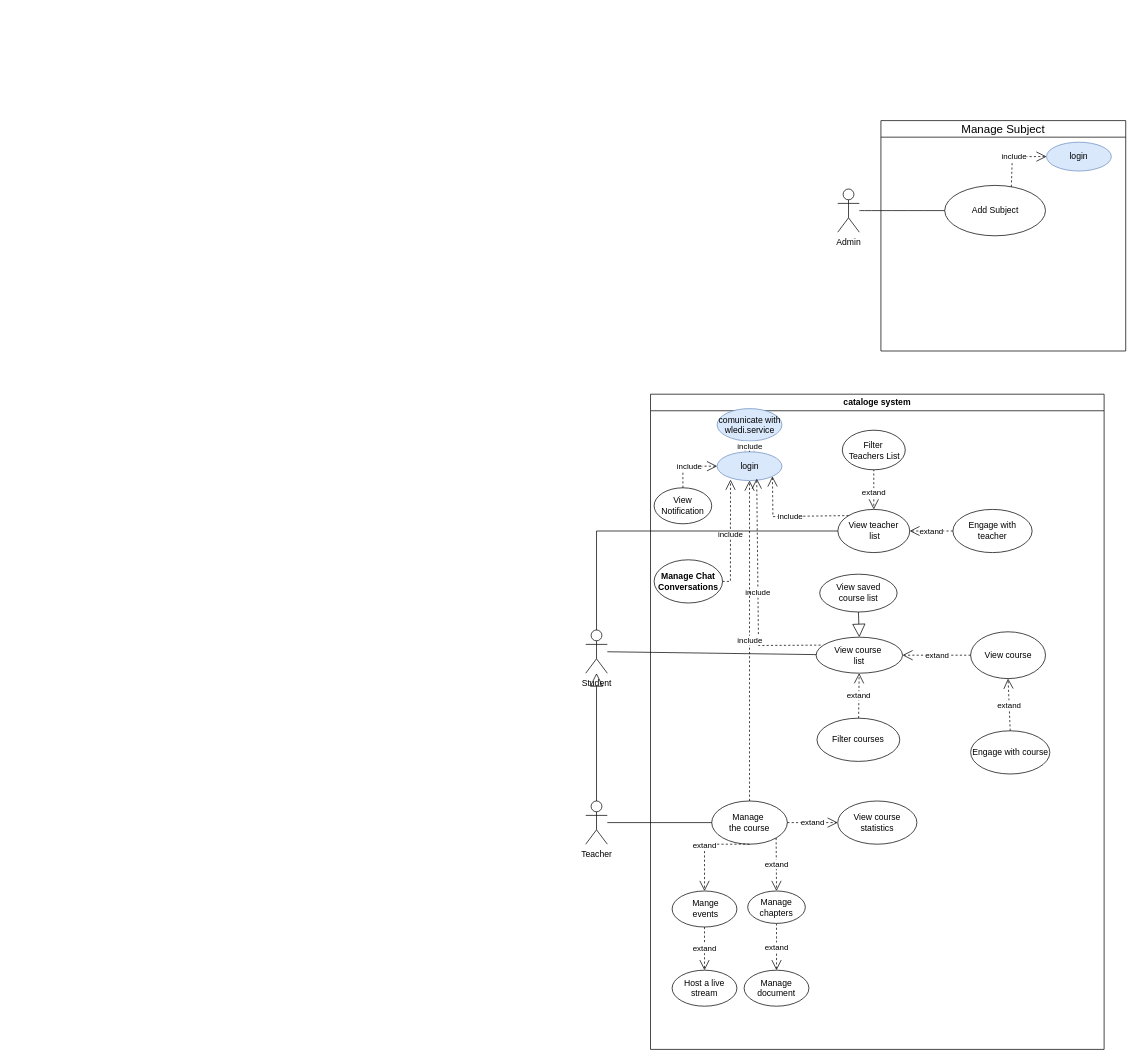
Earlier version of the draw.io diagram use_case_catalog.drawio (faresUnderScore999/test1.0). Source tidied: cells renumbered, new cells numbered last; positions are measured from the earlier drawing's top-left corner, leaving out a move shared by most shapes. Both pictures are drawn from the tidied source at 72%, with x=0, y=0 at pixel (585, 120).
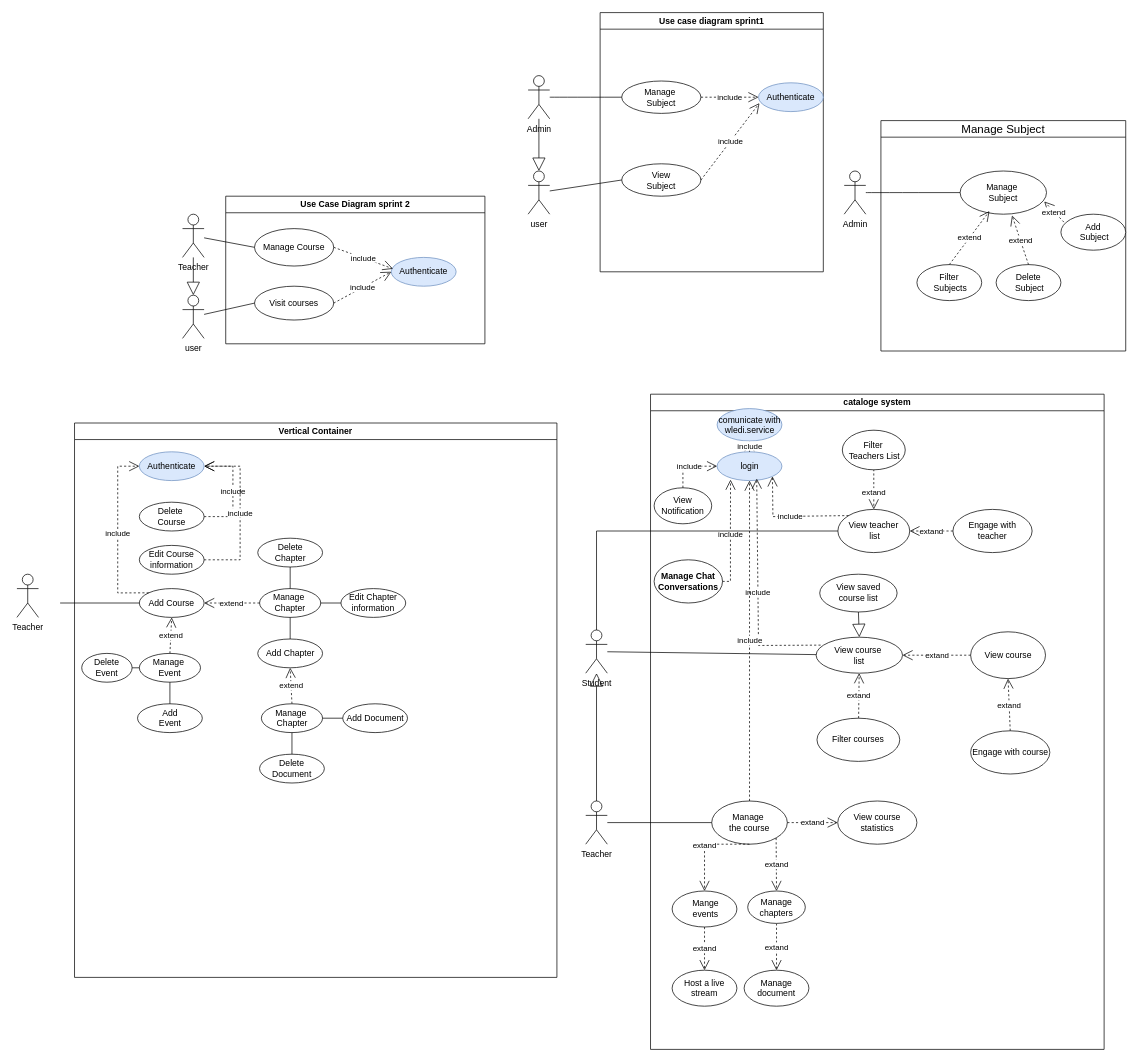
Above is the later version.

Commit message:
Mettre à jour use_case_catalog.drawio

The change refers to these unchanged cells:
```xml
<mxCell id="45" value="&lt;span style=&quot;font-size: 16px; font-weight: 400;&quot;&gt;Manage Subject&lt;/span&gt;" style="swimlane;whiteSpace=wrap;html=1;" parent="1" vertex="1">
  <mxGeometry x="410" width="340" height="320" as="geometry" />
</mxCell>
```

Change to the diagram source:
```diff
@@
-    <mxCell id="46" value="Add Subject" style="ellipse;whiteSpace=wrap;html=1;" parent="45" vertex="1">
-      <mxGeometry x="88.6" y="90" width="140" height="70" as="geometry" />
+    <mxCell id="46" value="Manage&amp;nbsp;&lt;div&gt;Subject&lt;/div&gt;" style="ellipse;whiteSpace=wrap;html=1;" parent="45" vertex="1">
+      <mxGeometry x="110" y="70" width="120" height="60" as="geometry" />
     </mxCell>
-    <mxCell id="47" value="login" style="ellipse;whiteSpace=wrap;html=1;fillColor=#dae8fc;strokeColor=#6c8ebf;" parent="45" vertex="1">
-      <mxGeometry x="230" y="30" width="90" height="40" as="geometry" />
-    </mxCell>
-    <mxCell id="48" value="include" style="endArrow=open;endSize=12;dashed=1;html=1;rounded=0;exitX=0.661;exitY=0.029;exitDx=0;exitDy=0;entryX=0;entryY=0.5;entryDx=0;entryDy=0;exitPerimeter=0;" parent="45" edge="1" source="46" target="47">
-      <mxGeometry relative="1" as="geometry">
-        <Array as="points">
-          <mxPoint x="182.5" y="50" />
-        </Array>
-      </mxGeometry>
-    </mxCell>
+    <mxCell id="51" value="Add&lt;div&gt;&amp;nbsp;Subject&lt;/div&gt;" style="ellipse;whiteSpace=wrap;html=1;" parent="45" vertex="1">
+      <mxGeometry x="250" y="130" width="90" height="50" as="geometry" />
+    </mxCell>
+    <mxCell id="52" value="&lt;div&gt;Delete&lt;/div&gt;&lt;div&gt;&amp;nbsp;Subject&lt;/div&gt;" style="ellipse;whiteSpace=wrap;html=1;" parent="45" vertex="1">
+      <mxGeometry x="160" y="200" width="90" height="50" as="geometry" />
+    </mxCell>
+    <mxCell id="53" value="&lt;div&gt;Filter&lt;/div&gt;&lt;div&gt;&amp;nbsp;Subjects&lt;/div&gt;" style="ellipse;whiteSpace=wrap;html=1;" parent="45" vertex="1">
+      <mxGeometry x="50" y="200" width="90" height="50" as="geometry" />
+    </mxCell>
+    <mxCell id="54" value="extend" style="endArrow=open;endSize=12;dashed=1;html=1;rounded=0;entryX=0.34;entryY=0.928;entryDx=0;entryDy=0;entryPerimeter=0;exitX=0.5;exitY=0;exitDx=0;exitDy=0;" parent="45" edge="1" source="53" target="46">
+      <mxGeometry relative="1" as="geometry" />
+    </mxCell>
+    <mxCell id="55" value="extend" style="endArrow=open;endSize=12;dashed=1;html=1;rounded=0;entryX=0.601;entryY=1.028;entryDx=0;entryDy=0;entryPerimeter=0;exitX=0.5;exitY=0;exitDx=0;exitDy=0;" parent="45" edge="1" source="52" target="46">
+      <mxGeometry relative="1" as="geometry" />
+    </mxCell>
+    <mxCell id="56" value="extend" style="endArrow=open;endSize=12;dashed=1;html=1;rounded=0;entryX=0.974;entryY=0.706;entryDx=0;entryDy=0;entryPerimeter=0;exitX=0.046;exitY=0.22;exitDx=0;exitDy=0;exitPerimeter=0;" parent="45" edge="1" source="51" target="46">
+      <mxGeometry relative="1" as="geometry" />
+    </mxCell>
+    <mxCell id="57" value="Use case diagram sprint1" style="swimlane;whiteSpace=wrap;html=1;" parent="1" vertex="1">
+      <mxGeometry x="20" y="-150" width="310" height="360" as="geometry" />
+    </mxCell>
+    <mxCell id="58" value="Manage&amp;nbsp;&lt;div&gt;Subject&lt;/div&gt;" style="ellipse;whiteSpace=wrap;html=1;" parent="57" vertex="1">
+      <mxGeometry x="30" y="95" width="110" height="45" as="geometry" />
+    </mxCell>
+    <mxCell id="59" value="include" style="endArrow=open;endSize=12;dashed=1;html=1;rounded=0;exitX=1;exitY=0.5;exitDx=0;exitDy=0;" parent="57" edge="1" source="58" target="60">
+      <mxGeometry relative="1" as="geometry" />
+    </mxCell>
+    <mxCell id="60" value="Authenticate" style="ellipse;whiteSpace=wrap;html=1;fillColor=#dae8fc;strokeColor=#6c8ebf;" parent="57" vertex="1">
+      <mxGeometry x="220" y="97.5" width="90" height="40" as="geometry" />
+    </mxCell>
+    <mxCell id="61" value="&lt;div&gt;View&lt;/div&gt;&lt;div&gt;Subject&lt;/div&gt;" style="ellipse;whiteSpace=wrap;html=1;" parent="57" vertex="1">
+      <mxGeometry x="30" y="210" width="110" height="45" as="geometry" />
+    </mxCell>
+    <mxCell id="62" value="include" style="endArrow=open;endSize=12;dashed=1;html=1;rounded=0;exitX=1;exitY=0.5;exitDx=0;exitDy=0;entryX=0.014;entryY=0.707;entryDx=0;entryDy=0;entryPerimeter=0;" parent="57" edge="1" source="61" target="60">
+      <mxGeometry relative="1" as="geometry" />
+    </mxCell>
+    <mxCell id="63" value="user" style="shape=umlActor;verticalLabelPosition=bottom;verticalAlign=top;html=1;outlineConnect=0;" parent="1" vertex="1">
+      <mxGeometry x="-80" y="70" width="30" height="60" as="geometry" />
+    </mxCell>
+    <mxCell id="64" value="Admin" style="shape=umlActor;verticalLabelPosition=bottom;verticalAlign=top;html=1;" parent="1" vertex="1">
+      <mxGeometry x="-80" y="-62.5" width="30" height="60" as="geometry" />
+    </mxCell>
+    <mxCell id="65" style="endArrow=none;html=1;rounded=0;fontSize=12;startSize=8;endSize=8;curved=1;entryX=0;entryY=0.5;entryDx=0;entryDy=0;" parent="1" edge="1" source="64" target="58">
+      <mxGeometry relative="1" as="geometry" />
+    </mxCell>
+    <mxCell id="66" style="endArrow=none;html=1;rounded=0;entryX=0;entryY=0.5;entryDx=0;entryDy=0;" parent="1" edge="1" source="63" target="61">
+      <mxGeometry relative="1" as="geometry" />
+    </mxCell>
     <mxCell id="49" value="Admin" style="shape=umlActor;verticalLabelPosition=bottom;verticalAlign=top;html=1;" parent="1" vertex="1">
-      <mxGeometry x="350" y="95" width="30" height="60" as="geometry" />
+      <mxGeometry x="359" y="70" width="30" height="60" as="geometry" />
     </mxCell>
@@
+    <mxCell id="67" value="Use Case Diagram sprint 2" style="swimlane;whiteSpace=wrap;html=1;" parent="1" vertex="1">
+      <mxGeometry x="-500" y="105" width="360" height="205" as="geometry" />
+    </mxCell>
+    <mxCell id="68" value="Authenticate" style="ellipse;whiteSpace=wrap;html=1;fillColor=#dae8fc;strokeColor=#6c8ebf;" parent="67" vertex="1">
+      <mxGeometry x="230" y="85" width="90" height="40" as="geometry" />
+    </mxCell>
+    <mxCell id="69" value="Manage Course" style="ellipse;whiteSpace=wrap;html=1;" parent="67" vertex="1">
+      <mxGeometry x="40" y="45" width="110" height="52" as="geometry" />
+    </mxCell>
+    <mxCell id="70" value="Visit courses" style="ellipse;whiteSpace=wrap;html=1;" parent="67" vertex="1">
+      <mxGeometry x="40" y="125" width="110" height="47" as="geometry" />
+    </mxCell>
+    <mxCell id="71" value="include" style="endArrow=open;endSize=12;dashed=1;html=1;rounded=0;exitX=1;exitY=0.5;exitDx=0;exitDy=0;entryX=0.026;entryY=0.395;entryDx=0;entryDy=0;entryPerimeter=0;" parent="67" edge="1" source="69" target="68">
+      <mxGeometry relative="1" as="geometry" />
+    </mxCell>
+    <mxCell id="72" value="include" style="endArrow=open;endSize=12;dashed=1;html=1;rounded=0;exitX=1;exitY=0.5;exitDx=0;exitDy=0;entryX=0;entryY=0.5;entryDx=0;entryDy=0;" parent="67" edge="1" source="70" target="68">
+      <mxGeometry relative="1" as="geometry" />
+    </mxCell>
+    <mxCell id="73" value="user" style="shape=umlActor;verticalLabelPosition=bottom;verticalAlign=top;html=1;outlineConnect=0;" parent="1" vertex="1">
+      <mxGeometry x="-560" y="242.5" width="30" height="60" as="geometry" />
+    </mxCell>
+    <mxCell id="74" value="Teacher&lt;div&gt;&lt;br&gt;&lt;/div&gt;" style="shape=umlActor;verticalLabelPosition=bottom;verticalAlign=top;html=1;" parent="1" vertex="1">
+      <mxGeometry x="-560" y="130" width="30" height="60" as="geometry" />
+    </mxCell>
+    <mxCell id="75" style="endArrow=block;endSize=16;endFill=0;html=1;rounded=0;entryX=0.5;entryY=0;entryDx=0;entryDy=0;entryPerimeter=0;" parent="1" edge="1" source="64" target="63">
+      <mxGeometry relative="1" as="geometry" />
+    </mxCell>
+    <mxCell id="76" style="endArrow=block;endSize=16;endFill=0;html=1;rounded=0;entryX=0.5;entryY=0;entryDx=0;entryDy=0;entryPerimeter=0;" parent="1" edge="1" source="74" target="73">
+      <mxGeometry relative="1" as="geometry" />
+    </mxCell>
+    <mxCell id="77" style="endArrow=none;html=1;rounded=0;entryX=0;entryY=0.5;entryDx=0;entryDy=0;" parent="1" edge="1" source="74" target="69">
+      <mxGeometry relative="1" as="geometry" />
+    </mxCell>
+    <mxCell id="78" style="endArrow=none;html=1;rounded=0;entryX=0;entryY=0.5;entryDx=0;entryDy=0;" parent="1" edge="1" source="73" target="70">
+      <mxGeometry relative="1" as="geometry" />
+    </mxCell>
+    <mxCell id="79" value="Vertical Container" style="swimlane;whiteSpace=wrap;html=1;" parent="1" vertex="1">
+      <mxGeometry x="-710" y="420" width="670" height="770" as="geometry" />
+    </mxCell>
+    <mxCell id="80" value="Authenticate" style="ellipse;whiteSpace=wrap;html=1;fillColor=#dae8fc;strokeColor=#6c8ebf;" parent="79" vertex="1">
+      <mxGeometry x="90" y="40" width="90" height="40" as="geometry" />
+    </mxCell>
+    <mxCell id="81" value="include" style="endArrow=open;endSize=12;dashed=1;html=1;rounded=0;entryX=1;entryY=0.5;entryDx=0;entryDy=0;exitX=1;exitY=0.5;exitDx=0;exitDy=0;" parent="79" edge="1" source="82" target="80">
+      <mxGeometry relative="1" as="geometry">
+        <Array as="points">
+          <mxPoint x="220" y="130" />
+          <mxPoint x="220" y="60" />
+        </Array>
+      </mxGeometry>
+    </mxCell>
+    <mxCell id="82" value="Delete&amp;nbsp;&lt;div&gt;Course&lt;/div&gt;" style="ellipse;whiteSpace=wrap;html=1;" parent="79" vertex="1">
+      <mxGeometry x="90" y="110" width="90" height="40" as="geometry" />
+    </mxCell>
+    <mxCell id="83" value="Edit&amp;nbsp;&lt;span style=&quot;background-color: initial;&quot;&gt;Course&lt;/span&gt;&lt;div&gt;&lt;span style=&quot;background-color: initial;&quot;&gt;information&lt;/span&gt;&lt;/div&gt;" style="ellipse;whiteSpace=wrap;html=1;" parent="79" vertex="1">
+      <mxGeometry x="90" y="170" width="90" height="40" as="geometry" />
+    </mxCell>
+    <mxCell id="84" value="Add Course" style="ellipse;whiteSpace=wrap;html=1;" parent="79" vertex="1">
+      <mxGeometry x="90" y="230" width="90" height="40" as="geometry" />
+    </mxCell>
+    <mxCell id="85" value="include" style="endArrow=open;endSize=12;dashed=1;html=1;rounded=0;exitX=1;exitY=0.5;exitDx=0;exitDy=0;" parent="79" edge="1" source="83">
+      <mxGeometry relative="1" as="geometry">
+        <mxPoint x="180" y="60" as="targetPoint" />
+        <Array as="points">
+          <mxPoint x="230" y="190" />
+          <mxPoint x="230" y="60" />
+        </Array>
+      </mxGeometry>
+    </mxCell>
+    <mxCell id="86" value="include" style="endArrow=open;endSize=12;dashed=1;html=1;rounded=0;exitX=0;exitY=0;exitDx=0;exitDy=0;" parent="79" edge="1" source="84" target="80">
+      <mxGeometry relative="1" as="geometry">
+        <Array as="points">
+          <mxPoint x="60" y="236" />
+          <mxPoint x="60" y="60" />
+        </Array>
+      </mxGeometry>
+    </mxCell>
+    <mxCell id="87" style="endArrow=none;html=1;rounded=0;entryX=0;entryY=0.5;entryDx=0;entryDy=0;" parent="79" edge="1" target="84">
+      <mxGeometry relative="1" as="geometry">
+        <mxPoint x="-20" y="250" as="sourcePoint" />
+      </mxGeometry>
+    </mxCell>
+    <mxCell id="88" value="Manage&amp;nbsp;&lt;div&gt;Chapter&lt;/div&gt;" style="ellipse;whiteSpace=wrap;html=1;" parent="79" vertex="1">
+      <mxGeometry x="257" y="230" width="85" height="40" as="geometry" />
+    </mxCell>
+    <mxCell id="89" value="extend" style="endArrow=open;endSize=12;dashed=1;html=1;rounded=0;entryX=1;entryY=0.5;entryDx=0;entryDy=0;exitX=0;exitY=0.5;exitDx=0;exitDy=0;" parent="79" edge="1" source="88" target="84">
+      <mxGeometry relative="1" as="geometry" />
+    </mxCell>
+    <mxCell id="90" value="Delete&lt;div&gt;Chapter&lt;/div&gt;" style="ellipse;whiteSpace=wrap;html=1;" parent="79" vertex="1">
+      <mxGeometry x="254.5" y="160" width="90" height="40" as="geometry" />
+    </mxCell>
+    <mxCell id="91" style="endArrow=none;html=1;rounded=0;entryX=0.5;entryY=1;entryDx=0;entryDy=0;exitX=0.5;exitY=0;exitDx=0;exitDy=0;" parent="79" edge="1" source="88" target="90">
+      <mxGeometry relative="1" as="geometry" />
+    </mxCell>
+    <mxCell id="92" value="Edit&amp;nbsp;&lt;span style=&quot;background-color: initial;&quot;&gt;Chapter&lt;/span&gt;&lt;div&gt;&lt;span style=&quot;background-color: initial;&quot;&gt;information&lt;/span&gt;&lt;/div&gt;" style="ellipse;whiteSpace=wrap;html=1;" parent="79" vertex="1">
+      <mxGeometry x="370" y="230" width="90" height="40" as="geometry" />
+    </mxCell>
+    <mxCell id="93" style="endArrow=none;html=1;rounded=0;entryX=0;entryY=0.5;entryDx=0;entryDy=0;exitX=1;exitY=0.5;exitDx=0;exitDy=0;" parent="79" edge="1" source="88" target="92">
+      <mxGeometry relative="1" as="geometry" />
+    </mxCell>
+    <mxCell id="94" value="Add Chapter" style="ellipse;whiteSpace=wrap;html=1;" parent="79" vertex="1">
+      <mxGeometry x="254.5" y="300" width="90" height="40" as="geometry" />
+    </mxCell>
+    <mxCell id="95" style="endArrow=none;html=1;rounded=0;entryX=0.5;entryY=0;entryDx=0;entryDy=0;exitX=0.5;exitY=1;exitDx=0;exitDy=0;" parent="79" edge="1" source="88" target="94">
+      <mxGeometry relative="1" as="geometry" />
+    </mxCell>
+    <mxCell id="96" value="extend" style="endArrow=open;endSize=12;dashed=1;html=1;rounded=0;exitX=0.5;exitY=0;exitDx=0;exitDy=0;entryX=0.5;entryY=1;entryDx=0;entryDy=0;" parent="79" edge="1" source="97" target="94">
+      <mxGeometry relative="1" as="geometry" />
+    </mxCell>
+    <mxCell id="97" value="Manage&amp;nbsp;&lt;div&gt;Chapter&lt;/div&gt;" style="ellipse;whiteSpace=wrap;html=1;" parent="79" vertex="1">
+      <mxGeometry x="259.5" y="390" width="85" height="40" as="geometry" />
+    </mxCell>
+    <mxCell id="98" value="Add Document" style="ellipse;whiteSpace=wrap;html=1;" parent="79" vertex="1">
+      <mxGeometry x="372.5" y="390" width="90" height="40" as="geometry" />
+    </mxCell>
+    <mxCell id="99" style="endArrow=none;html=1;rounded=0;entryX=0;entryY=0.5;entryDx=0;entryDy=0;exitX=1;exitY=0.5;exitDx=0;exitDy=0;" parent="79" edge="1" source="97" target="98">
+      <mxGeometry relative="1" as="geometry" />
+    </mxCell>
+    <mxCell id="100" value="Delete&lt;div&gt;Document&lt;/div&gt;" style="ellipse;whiteSpace=wrap;html=1;" parent="79" vertex="1">
+      <mxGeometry x="257" y="460" width="90" height="40" as="geometry" />
+    </mxCell>
+    <mxCell id="101" style="endArrow=none;html=1;rounded=0;entryX=0.5;entryY=0;entryDx=0;entryDy=0;exitX=0.5;exitY=1;exitDx=0;exitDy=0;" parent="79" edge="1" source="97" target="100">
+      <mxGeometry relative="1" as="geometry" />
+    </mxCell>
+    <mxCell id="102" value="Manage&amp;nbsp;&lt;div&gt;Event&lt;/div&gt;" style="ellipse;whiteSpace=wrap;html=1;" parent="79" vertex="1">
+      <mxGeometry x="90" y="320" width="85" height="40" as="geometry" />
+    </mxCell>
+    <mxCell id="103" value="extend" style="endArrow=open;endSize=12;dashed=1;html=1;rounded=0;entryX=0.5;entryY=1;entryDx=0;entryDy=0;exitX=0.5;exitY=0;exitDx=0;exitDy=0;" parent="79" edge="1" source="102" target="84">
+      <mxGeometry relative="1" as="geometry" />
+    </mxCell>
+    <mxCell id="104" value="Delete&lt;div&gt;Event&lt;/div&gt;" style="ellipse;whiteSpace=wrap;html=1;" parent="79" vertex="1">
+      <mxGeometry x="10" y="320" width="70" height="40" as="geometry" />
+    </mxCell>
+    <mxCell id="105" style="endArrow=none;html=1;rounded=0;entryX=1;entryY=0.5;entryDx=0;entryDy=0;exitX=0;exitY=0.5;exitDx=0;exitDy=0;" parent="79" edge="1" source="102" target="104">
+      <mxGeometry relative="1" as="geometry" />
+    </mxCell>
+    <mxCell id="106" value="Add&lt;div&gt;Event&lt;/div&gt;" style="ellipse;whiteSpace=wrap;html=1;" parent="79" vertex="1">
+      <mxGeometry x="87.5" y="390" width="90" height="40" as="geometry" />
+    </mxCell>
+    <mxCell id="107" style="endArrow=none;html=1;rounded=0;entryX=0.5;entryY=0;entryDx=0;entryDy=0;exitX=0.5;exitY=1;exitDx=0;exitDy=0;" parent="79" edge="1" source="102" target="106">
+      <mxGeometry relative="1" as="geometry" />
+    </mxCell>
+    <mxCell id="108" value="Teacher" style="shape=umlActor;verticalLabelPosition=bottom;verticalAlign=top;html=1;" parent="1" vertex="1">
+      <mxGeometry x="-790" y="630" width="30" height="60" as="geometry" />
+    </mxCell>
```
